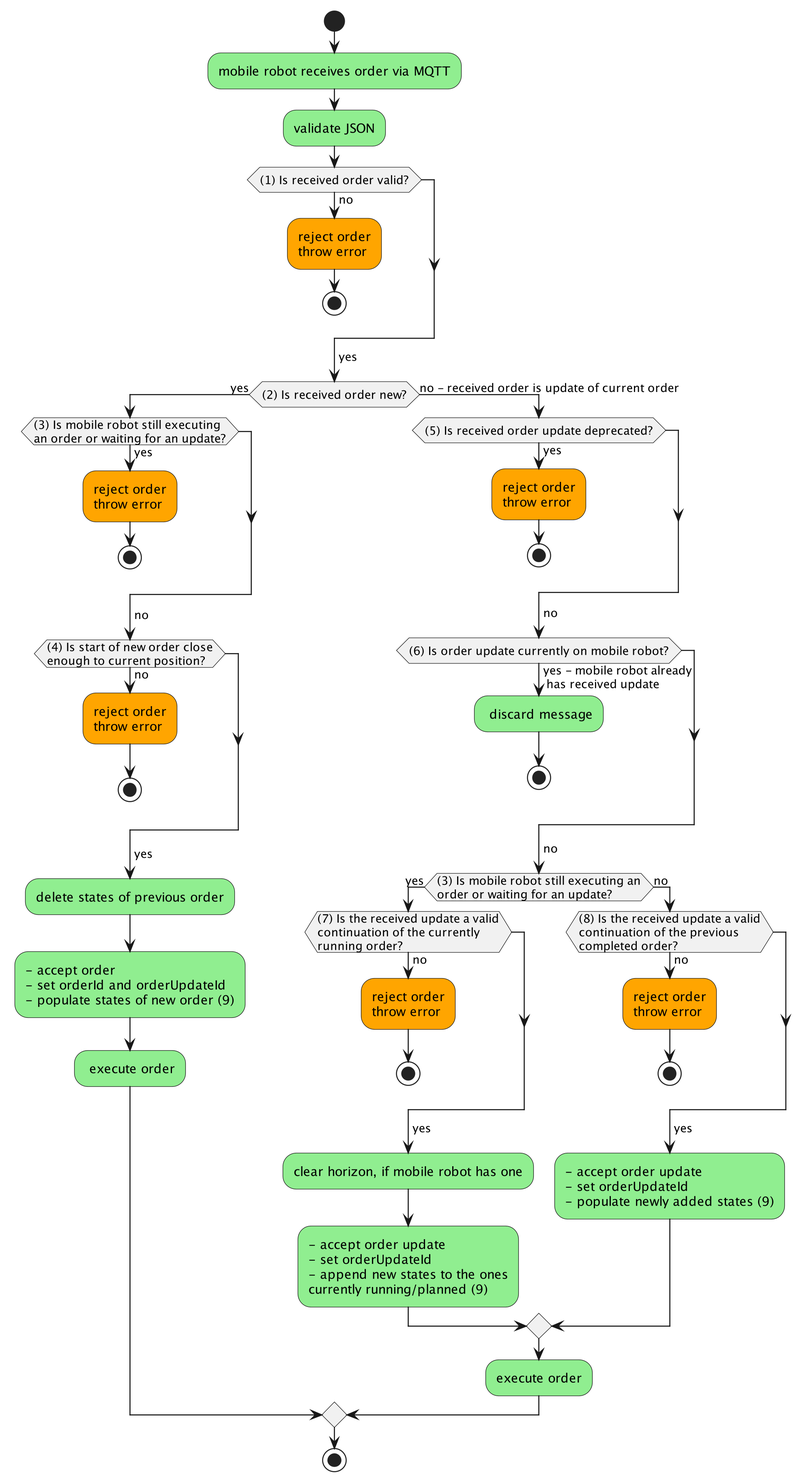
This is assets/process_order_update.png from VDA5050/VDA5050, a PlantUML export, as it was before one commit.
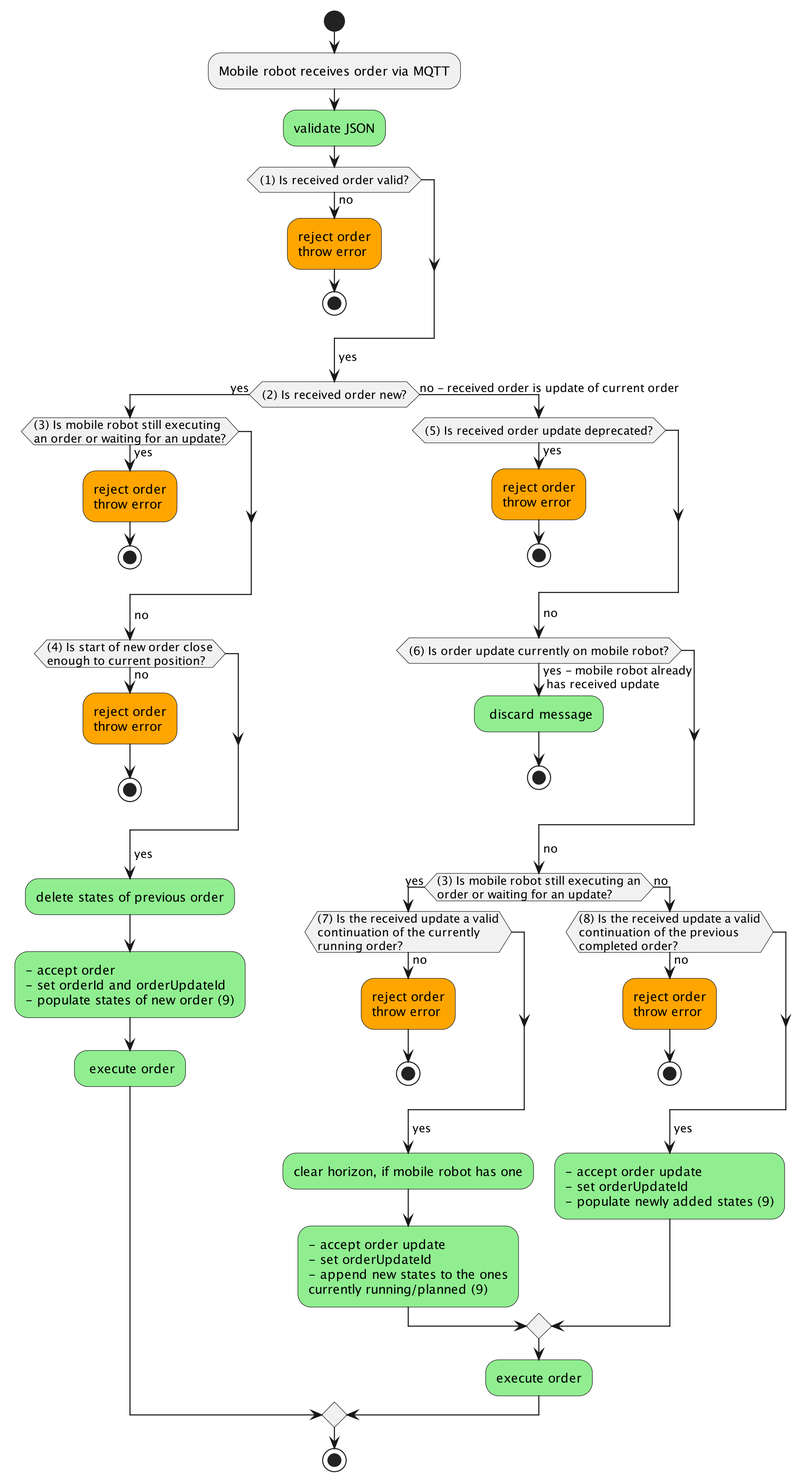
Later version of the same file.

Commit message:
Updated Figure numbers and UML exports of the flowcharts.

The edit, as a diff of the source:
```diff
@@ -1,7 +1,7 @@
 @startuml
 skinparam dpi 250
 start
-#lightgreen:mobile robot receives order via MQTT;
+:Mobile robot receives order via MQTT;
 #lightgreen:validate JSON;
 if ((1) Is received order valid?) then (no)
     #orange:reject order
```
